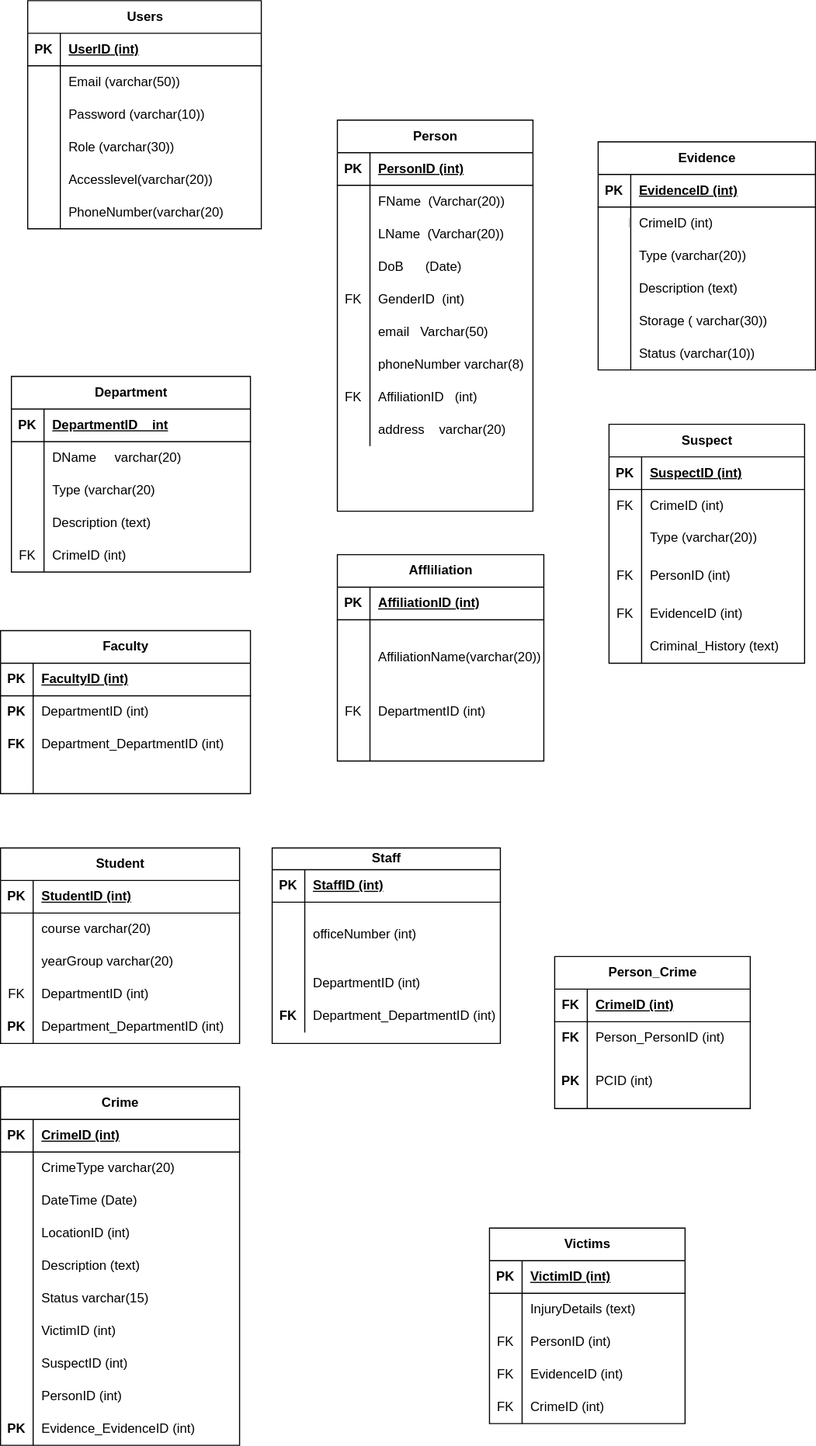
Earlier version of the draw.io export Untitled Diagram.drawio.svg (Priscile2/Diagrams). Source tidied: cells renumbered, new cells last; positions are measured from the earlier drawing's top-left corner, leaving out a move shared by most shapes.
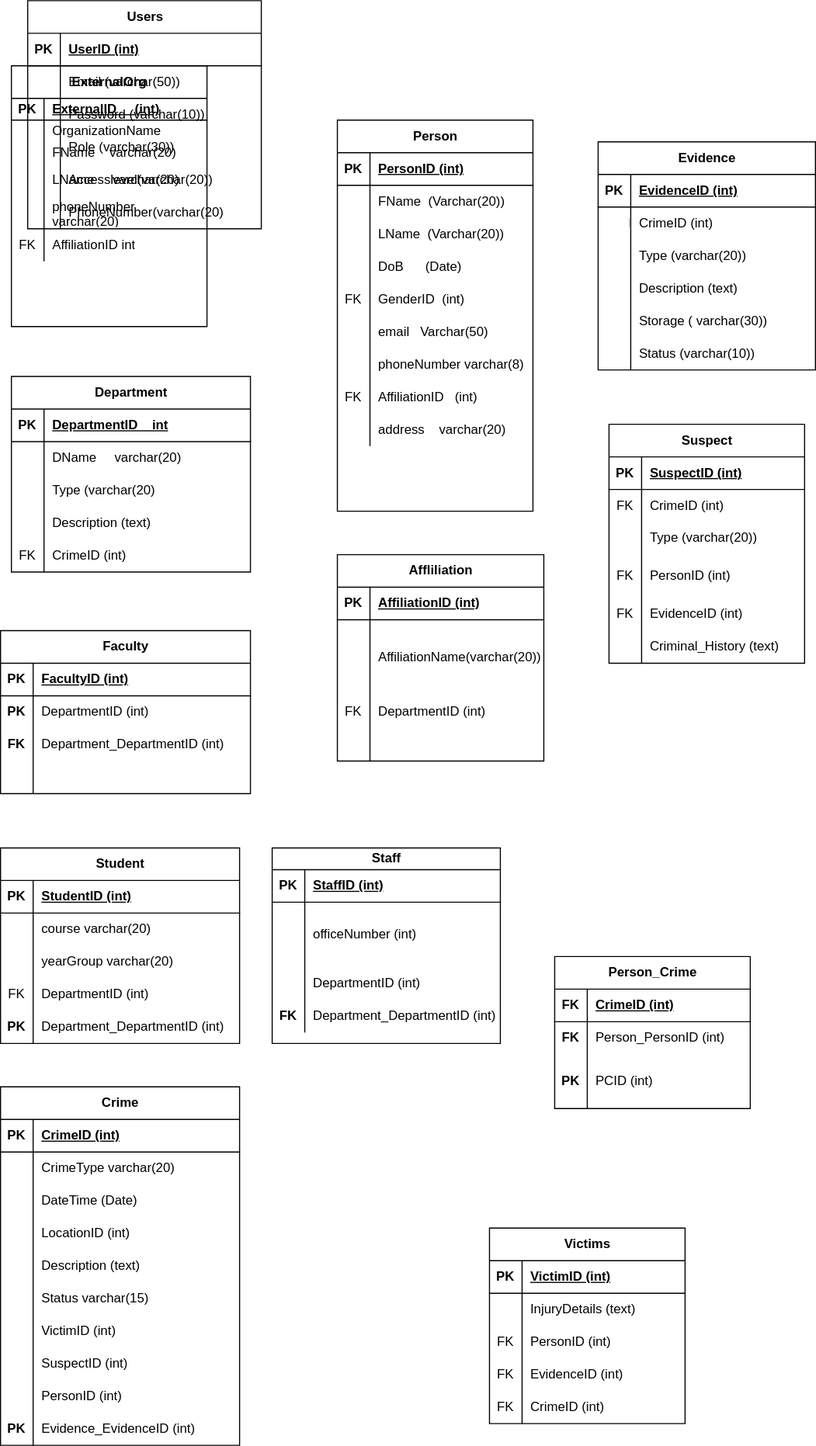
Above is the later version.

What changed in the source:
```diff
@@ -443,6 +443,63 @@
     <mxCell id="148" value="Department_DepartmentID (int)" style="shape=partialRectangle;fillColor=none;top=0;left=0;bottom=0;right=0;align=left;spacingLeft=6;overflow=hidden;whiteSpace=wrap;html=1;" parent="146" vertex="1">
       <mxGeometry x="30" width="190" height="30" as="geometry" />
     </mxCell>
+    <mxCell id="215" value="ExternalOrg" style="shape=table;startSize=30;rowLines=0;fontStyle=1;align=center;html=1;" parent="1" vertex="1">
+      <mxGeometry x="10" y="60" width="180" height="240" as="geometry" />
+    </mxCell>
+    <mxCell id="216" style="shape=tableRow;horizontal=0;startSize=0;swimlaneHead=0;swimlaneBody=0;fillColor=none;top=0;left=0;right=0;bottom=1;" parent="215" vertex="1">
+      <mxGeometry y="30" width="180" height="20" as="geometry" />
+    </mxCell>
+    <mxCell id="217" value="PK" style="shape=partialRectangle;fillColor=none;top=0;left=0;bottom=0;right=0;fontStyle=1;overflow=hidden;whiteSpace=wrap;html=1;" parent="216" vertex="1">
+      <mxGeometry width="30" height="20" as="geometry" />
+    </mxCell>
+    <mxCell id="218" value="ExternalID &amp;nbsp; &amp;nbsp; (int)" style="shape=partialRectangle;fillColor=none;top=0;left=0;bottom=0;right=0;align=left;spacingLeft=6;fontStyle=5;overflow=hidden;whiteSpace=wrap;html=1;" parent="216" vertex="1">
+      <mxGeometry x="30" width="150" height="20" as="geometry" />
+    </mxCell>
+    <mxCell id="219" style="shape=tableRow;horizontal=0;startSize=0;swimlaneHead=0;swimlaneBody=0;fillColor=none;top=0;left=0;right=0;bottom=0;" parent="215" vertex="1">
+      <mxGeometry y="50" width="180" height="20" as="geometry" />
+    </mxCell>
+    <mxCell id="220" style="shape=partialRectangle;fillColor=none;top=0;left=0;bottom=0;right=0;overflow=hidden;whiteSpace=wrap;html=1;" parent="219" vertex="1">
+      <mxGeometry width="30" height="20" as="geometry" />
+    </mxCell>
+    <mxCell id="221" value="OrganizationName &amp;nbsp;Varchar (20)" style="shape=partialRectangle;fillColor=none;top=0;left=0;bottom=0;right=0;align=left;spacingLeft=6;overflow=hidden;whiteSpace=wrap;html=1;" parent="219" vertex="1">
+      <mxGeometry x="30" width="150" height="20" as="geometry" />
+    </mxCell>
+    <mxCell id="222" style="shape=tableRow;horizontal=0;startSize=0;swimlaneHead=0;swimlaneBody=0;fillColor=none;top=0;left=0;right=0;bottom=0;" parent="215" vertex="1">
+      <mxGeometry y="70" width="180" height="20" as="geometry" />
+    </mxCell>
+    <mxCell id="223" style="shape=partialRectangle;fillColor=none;top=0;left=0;bottom=0;right=0;overflow=hidden;whiteSpace=wrap;html=1;" parent="222" vertex="1">
+      <mxGeometry width="30" height="20" as="geometry" />
+    </mxCell>
+    <mxCell id="224" value="FName &amp;nbsp; &amp;nbsp;varchar(20)" style="shape=partialRectangle;fillColor=none;top=0;left=0;bottom=0;right=0;align=left;spacingLeft=6;overflow=hidden;whiteSpace=wrap;html=1;" parent="222" vertex="1">
+      <mxGeometry x="30" width="150" height="20" as="geometry" />
+    </mxCell>
+    <mxCell id="225" style="shape=tableRow;horizontal=0;startSize=0;swimlaneHead=0;swimlaneBody=0;fillColor=none;top=0;left=0;right=0;bottom=0;" parent="215" vertex="1">
+      <mxGeometry y="90" width="180" height="30" as="geometry" />
+    </mxCell>
+    <mxCell id="226" style="shape=partialRectangle;fillColor=none;top=0;left=0;bottom=0;right=0;overflow=hidden;whiteSpace=wrap;html=1;" parent="225" vertex="1">
+      <mxGeometry width="30" height="30" as="geometry" />
+    </mxCell>
+    <mxCell id="227" value="LName &amp;nbsp; &amp;nbsp; varchar(20)" style="shape=partialRectangle;fillColor=none;top=0;left=0;bottom=0;right=0;align=left;spacingLeft=6;overflow=hidden;whiteSpace=wrap;html=1;" parent="225" vertex="1">
+      <mxGeometry x="30" width="150" height="30" as="geometry" />
+    </mxCell>
+    <mxCell id="228" style="shape=tableRow;horizontal=0;startSize=0;swimlaneHead=0;swimlaneBody=0;fillColor=none;top=0;left=0;right=0;bottom=0;" parent="215" vertex="1">
+      <mxGeometry y="120" width="180" height="30" as="geometry" />
+    </mxCell>
+    <mxCell id="229" style="shape=partialRectangle;fillColor=none;top=0;left=0;bottom=0;right=0;overflow=hidden;whiteSpace=wrap;html=1;" parent="228" vertex="1">
+      <mxGeometry width="30" height="30" as="geometry" />
+    </mxCell>
+    <mxCell id="230" value="phoneNumber &amp;nbsp; &amp;nbsp; varchar(20)" style="shape=partialRectangle;fillColor=none;top=0;left=0;bottom=0;right=0;align=left;spacingLeft=6;overflow=hidden;whiteSpace=wrap;html=1;" parent="228" vertex="1">
+      <mxGeometry x="30" width="150" height="30" as="geometry" />
+    </mxCell>
+    <mxCell id="231" style="shape=tableRow;horizontal=0;startSize=0;swimlaneHead=0;swimlaneBody=0;fillColor=none;top=0;left=0;right=0;bottom=0;" parent="215" vertex="1">
+      <mxGeometry y="150" width="180" height="30" as="geometry" />
+    </mxCell>
+    <mxCell id="232" value="FK" style="shape=partialRectangle;fillColor=none;top=0;left=0;bottom=0;right=0;overflow=hidden;whiteSpace=wrap;html=1;" parent="231" vertex="1">
+      <mxGeometry width="30" height="30" as="geometry" />
+    </mxCell>
+    <mxCell id="233" value="AffiliationID int" style="shape=partialRectangle;fillColor=none;top=0;left=0;bottom=0;right=0;align=left;spacingLeft=6;overflow=hidden;whiteSpace=wrap;html=1;" parent="231" vertex="1">
+      <mxGeometry x="30" width="150" height="30" as="geometry" />
+    </mxCell>
     <mxCell id="149" value="Users" style="shape=table;startSize=30;rowLines=0;fontStyle=1;align=center;html=1;" parent="1" vertex="1">
       <mxGeometry x="25" width="215" height="210" as="geometry" />
     </mxCell>
```
